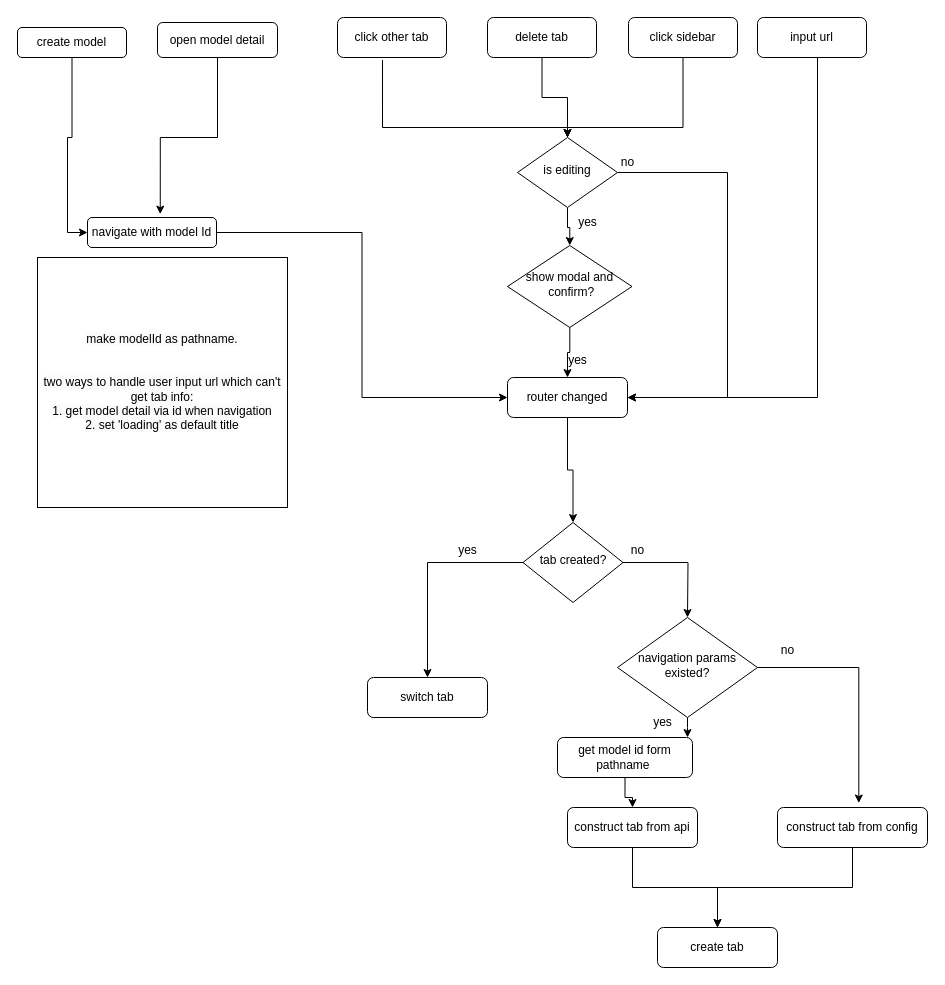
This is Untitled Diagram.drawio from CongcongDeng/test-frontend-repo, a draw.io file, before an edit. Source tidied: cells renumbered, new cells numbered last; positions are measured from the earlier drawing's top-left corner, leaving out a move shared by most shapes. Both pictures are drawn from the tidied source at 100%, with x=0, y=0 at pixel (17, 17).
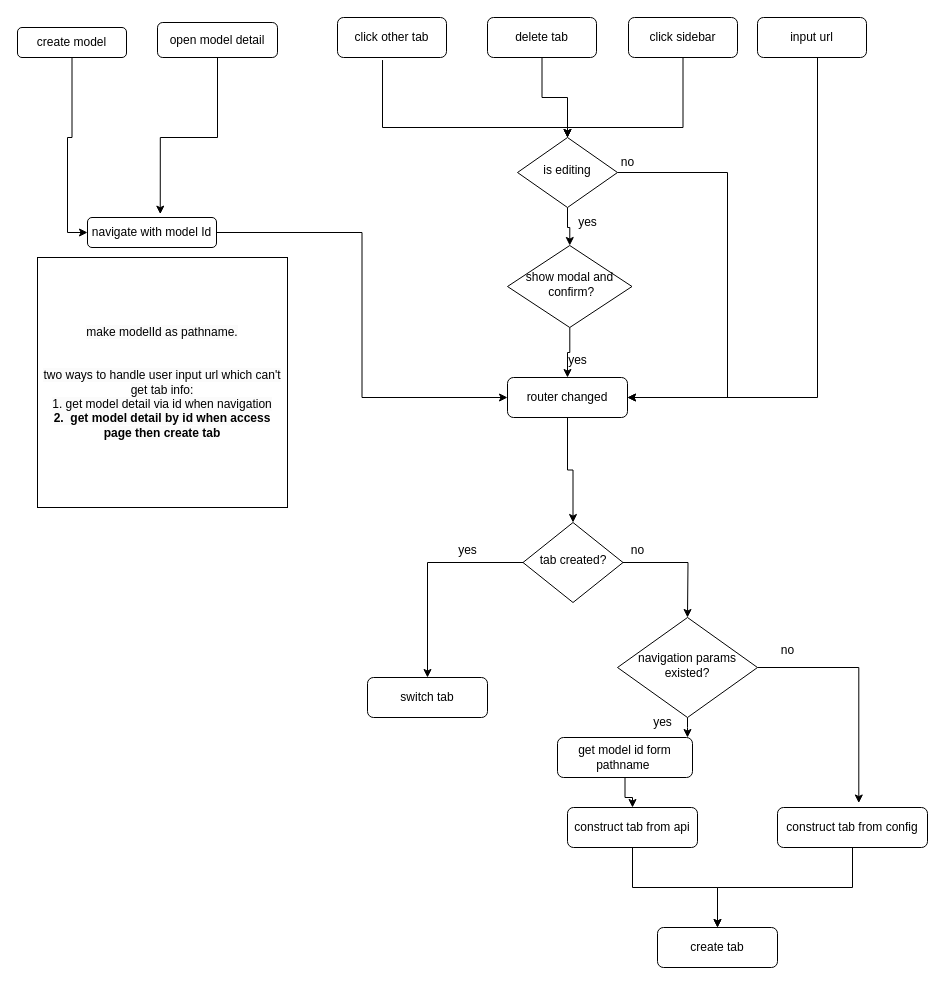
The same diagram, later.

What changed in the source:
```diff
@@
-    <mxCell id="42" value="&lt;span style=&quot;color: rgb(0, 0, 0); font-family: Helvetica; font-size: 12px; font-style: normal; font-variant-ligatures: normal; font-variant-caps: normal; font-weight: 400; letter-spacing: normal; orphans: 2; text-align: center; text-indent: 0px; text-transform: none; widows: 2; word-spacing: 0px; -webkit-text-stroke-width: 0px; background-color: rgb(251, 251, 251); text-decoration-thickness: initial; text-decoration-style: initial; text-decoration-color: initial; float: none; display: inline !important;&quot;&gt;make modelId as pathname.&lt;br&gt;&lt;/span&gt;&lt;br&gt;&lt;br style=&quot;border-color: var(--border-color); color: rgb(0, 0, 0); font-family: Helvetica; font-size: 12px; font-style: normal; font-variant-ligatures: normal; font-variant-caps: normal; font-weight: 400; letter-spacing: normal; orphans: 2; text-align: center; text-indent: 0px; text-transform: none; widows: 2; word-spacing: 0px; -webkit-text-stroke-width: 0px; background-color: rgb(251, 251, 251); text-decoration-thickness: initial; text-decoration-style: initial; text-decoration-color: initial;&quot;&gt;&lt;span style=&quot;color: rgb(0, 0, 0); font-family: Helvetica; font-size: 12px; font-style: normal; font-variant-ligatures: normal; font-variant-caps: normal; font-weight: 400; letter-spacing: normal; orphans: 2; text-align: center; text-indent: 0px; text-transform: none; widows: 2; word-spacing: 0px; -webkit-text-stroke-width: 0px; background-color: rgb(251, 251, 251); text-decoration-thickness: initial; text-decoration-style: initial; text-decoration-color: initial; float: none; display: inline !important;&quot;&gt;two ways to handle user input url which can't get tab info:&lt;/span&gt;&lt;br style=&quot;border-color: var(--border-color); color: rgb(0, 0, 0); font-family: Helvetica; font-size: 12px; font-style: normal; font-variant-ligatures: normal; font-variant-caps: normal; font-weight: 400; letter-spacing: normal; orphans: 2; text-align: center; text-indent: 0px; text-transform: none; widows: 2; word-spacing: 0px; -webkit-text-stroke-width: 0px; background-color: rgb(251, 251, 251); text-decoration-thickness: initial; text-decoration-style: initial; text-decoration-color: initial;&quot;&gt;&lt;span style=&quot;color: rgb(0, 0, 0); font-family: Helvetica; font-size: 12px; font-style: normal; font-variant-ligatures: normal; font-variant-caps: normal; font-weight: 400; letter-spacing: normal; orphans: 2; text-align: center; text-indent: 0px; text-transform: none; widows: 2; word-spacing: 0px; -webkit-text-stroke-width: 0px; background-color: rgb(251, 251, 251); text-decoration-thickness: initial; text-decoration-style: initial; text-decoration-color: initial; float: none; display: inline !important;&quot;&gt;1. get model detail via id when navigation&lt;/span&gt;&lt;br style=&quot;border-color: var(--border-color); color: rgb(0, 0, 0); font-family: Helvetica; font-size: 12px; font-style: normal; font-variant-ligatures: normal; font-variant-caps: normal; font-weight: 400; letter-spacing: normal; orphans: 2; text-align: center; text-indent: 0px; text-transform: none; widows: 2; word-spacing: 0px; -webkit-text-stroke-width: 0px; background-color: rgb(251, 251, 251); text-decoration-thickness: initial; text-decoration-style: initial; text-decoration-color: initial;&quot;&gt;&lt;span style=&quot;color: rgb(0, 0, 0); font-family: Helvetica; font-size: 12px; font-style: normal; font-variant-ligatures: normal; font-variant-caps: normal; font-weight: 400; letter-spacing: normal; orphans: 2; text-align: center; text-indent: 0px; text-transform: none; widows: 2; word-spacing: 0px; -webkit-text-stroke-width: 0px; background-color: rgb(251, 251, 251); text-decoration-thickness: initial; text-decoration-style: initial; text-decoration-color: initial; float: none; display: inline !important;&quot;&gt;2. set 'loading' as default title&lt;/span&gt;" style="whiteSpace=wrap;html=1;" parent="1" vertex="1">
+    <mxCell id="42" value="&lt;span style=&quot;color: rgb(0, 0, 0); font-family: Helvetica; font-size: 12px; font-style: normal; font-variant-ligatures: normal; font-variant-caps: normal; font-weight: 400; letter-spacing: normal; orphans: 2; text-align: center; text-indent: 0px; text-transform: none; widows: 2; word-spacing: 0px; -webkit-text-stroke-width: 0px; background-color: rgb(251, 251, 251); text-decoration-thickness: initial; text-decoration-style: initial; text-decoration-color: initial; float: none; display: inline !important;&quot;&gt;make modelId as pathname.&lt;br&gt;&lt;/span&gt;&lt;br&gt;&lt;br style=&quot;border-color: var(--border-color); color: rgb(0, 0, 0); font-family: Helvetica; font-size: 12px; font-style: normal; font-variant-ligatures: normal; font-variant-caps: normal; font-weight: 400; letter-spacing: normal; orphans: 2; text-align: center; text-indent: 0px; text-transform: none; widows: 2; word-spacing: 0px; -webkit-text-stroke-width: 0px; background-color: rgb(251, 251, 251); text-decoration-thickness: initial; text-decoration-style: initial; text-decoration-color: initial;&quot;&gt;&lt;span style=&quot;color: rgb(0, 0, 0); font-family: Helvetica; font-size: 12px; font-style: normal; font-variant-ligatures: normal; font-variant-caps: normal; font-weight: 400; letter-spacing: normal; orphans: 2; text-align: center; text-indent: 0px; text-transform: none; widows: 2; word-spacing: 0px; -webkit-text-stroke-width: 0px; background-color: rgb(251, 251, 251); text-decoration-thickness: initial; text-decoration-style: initial; text-decoration-color: initial; float: none; display: inline !important;&quot;&gt;two ways to handle user input url which can't get tab info:&lt;/span&gt;&lt;br style=&quot;border-color: var(--border-color); color: rgb(0, 0, 0); font-family: Helvetica; font-size: 12px; font-style: normal; font-variant-ligatures: normal; font-variant-caps: normal; font-weight: 400; letter-spacing: normal; orphans: 2; text-align: center; text-indent: 0px; text-transform: none; widows: 2; word-spacing: 0px; -webkit-text-stroke-width: 0px; background-color: rgb(251, 251, 251); text-decoration-thickness: initial; text-decoration-style: initial; text-decoration-color: initial;&quot;&gt;&lt;span style=&quot;color: rgb(0, 0, 0); font-family: Helvetica; font-size: 12px; font-style: normal; font-variant-ligatures: normal; font-variant-caps: normal; font-weight: 400; letter-spacing: normal; orphans: 2; text-align: center; text-indent: 0px; text-transform: none; widows: 2; word-spacing: 0px; -webkit-text-stroke-width: 0px; background-color: rgb(251, 251, 251); text-decoration-thickness: initial; text-decoration-style: initial; text-decoration-color: initial; float: none; display: inline !important;&quot;&gt;1. get model detail via id when navigation&lt;/span&gt;&lt;br style=&quot;border-color: var(--border-color); color: rgb(0, 0, 0); font-family: Helvetica; font-size: 12px; font-style: normal; font-variant-ligatures: normal; font-variant-caps: normal; font-weight: 400; letter-spacing: normal; orphans: 2; text-align: center; text-indent: 0px; text-transform: none; widows: 2; word-spacing: 0px; -webkit-text-stroke-width: 0px; background-color: rgb(251, 251, 251); text-decoration-thickness: initial; text-decoration-style: initial; text-decoration-color: initial;&quot;&gt;&lt;span style=&quot;color: rgb(0, 0, 0); font-family: Helvetica; font-size: 12px; font-style: normal; font-variant-ligatures: normal; font-variant-caps: normal; letter-spacing: normal; orphans: 2; text-align: center; text-indent: 0px; text-transform: none; widows: 2; word-spacing: 0px; -webkit-text-stroke-width: 0px; background-color: rgb(251, 251, 251); text-decoration-thickness: initial; text-decoration-style: initial; text-decoration-color: initial; float: none; display: inline !important;&quot;&gt;&lt;b&gt;2.&amp;nbsp; get model detail by id when access page then create tab&lt;/b&gt;&lt;/span&gt;" style="whiteSpace=wrap;html=1;" parent="1" vertex="1">
       <mxGeometry x="20" y="240" width="250" height="250" as="geometry" />
     </mxCell>
```
